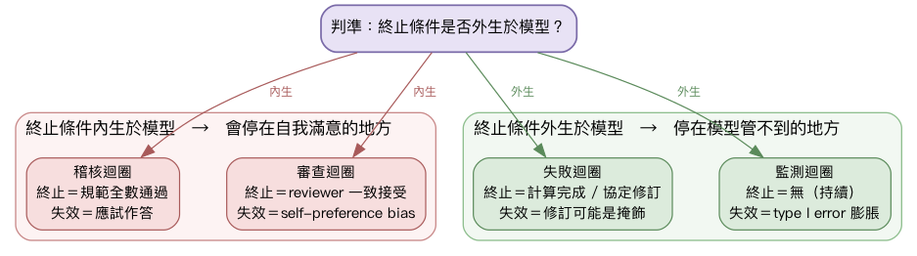
Above: figures/fig04-loops.png in htlin222/agent-in-ebm (Graphviz), before the change. Its source is kept beside it as figures/fig04-loops.dot.
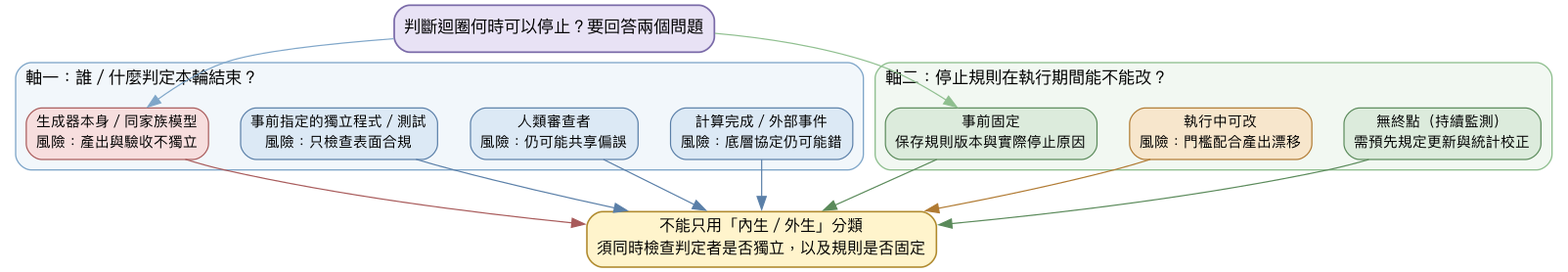
Later version of the same file.

What changed in the source:
```diff
@@ -5,42 +5,55 @@
   fontname="PingFang TC";
   node [fontname="PingFang TC", fontsize=11, shape=box, style="rounded,filled", penwidth=0.9];
   edge [fontname="PingFang TC", fontsize=9, penwidth=0.9];
-  graph [fontname="PingFang TC", fontsize=12, nodesep=0.5, ranksep=0.7];
+  graph [fontname="PingFang TC", fontsize=12, nodesep=0.35, ranksep=0.55];
 
-  subgraph cluster_endo {
-    label="終止條件內生於模型　→　會停在自我滿意的地方";
+  question [label="判斷迴圈何時可以停止？要回答兩個問題",
+            fillcolor="#e8e2f5", color="#7a6aa8", penwidth=1.3, fontsize=13];
+
+  subgraph cluster_judge {
+    label="軸一：誰／什麼判定本輪結束？";
     labeljust=l;
     fontsize=13;
-    color="#c98a8a";
+    color="#7fa6c9";
     style="rounded";
-    bgcolor="#fdf3f3";
+    bgcolor="#f2f7fb";
 
-    audit [label="稽核迴圈\n終止＝規範全數通過\n失效＝應試作答",
-           fillcolor="#f7dede", color="#a85a5a"];
-    review [label="審查迴圈\n終止＝reviewer 一致接受\n失效＝self-preference bias",
-            fillcolor="#f7dede", color="#a85a5a"];
+    self [label="生成器本身／同家族模型\n風險：產出與驗收不獨立",
+          fillcolor="#f7dede", color="#a85a5a"];
+    test [label="事前指定的獨立程式／測試\n風險：只檢查表面合規",
+          fillcolor="#dce9f5", color="#5a7fa8"];
+    human [label="人類審查者\n風險：仍可能共享偏誤",
+           fillcolor="#dce9f5", color="#5a7fa8"];
+    event [label="計算完成／外部事件\n風險：底層協定仍可能錯",
+           fillcolor="#dce9f5", color="#5a7fa8"];
   }
 
-  subgraph cluster_exo {
-    label="終止條件外生於模型　→　停在模型管不到的地方";
+  subgraph cluster_rule {
+    label="軸二：停止規則在執行期間能不能改？";
     labeljust=l;
     fontsize=13;
     color="#8fbf8f";
     style="rounded";
     bgcolor="#f2f8f2";
 
-    fail [label="失敗迴圈\n終止＝計算完成 / 協定修訂\n失效＝修訂可能是掩飾",
-          fillcolor="#dcebdc", color="#5a8a5a"];
-    monitor [label="監測迴圈\n終止＝無（持續）\n失效＝type I error 膨脹",
+    fixed [label="事前固定\n保存規則版本與實際停止原因",
+           fillcolor="#dcebdc", color="#5a8a5a"];
+    mutable [label="執行中可改\n風險：門檻配合產出漂移",
+             fillcolor="#f7e6cc", color="#b07a32"];
+    ongoing [label="無終點（持續監測）\n需預先規定更新與統計校正",
              fillcolor="#dcebdc", color="#5a8a5a"];
   }
 
-  crit [label="判準：終止條件是否外生於模型？",
-        shape=box, style="rounded,filled", fillcolor="#e8e2f5",
-        color="#7a6aa8", penwidth=1.3, fontsize=12];
+  synthesis [label="不能只用「內生／外生」分類\n須同時檢查判定者是否獨立，以及規則是否固定",
+             fillcolor="#fff4cc", color="#b08a2e", penwidth=1.2, fontsize=12];
 
-  crit -> audit [label="  內生  ", fontcolor="#a85a5a", color="#a85a5a"];
-  crit -> review [label="  內生  ", fontcolor="#a85a5a", color="#a85a5a"];
-  crit -> fail [label="  外生  ", fontcolor="#5a8a5a", color="#5a8a5a"];
-  crit -> monitor [label="  外生  ", fontcolor="#5a8a5a", color="#5a8a5a"];
+  question -> self [color="#7fa6c9"];
+  question -> fixed [color="#8fbf8f"];
+  self -> synthesis [color="#a85a5a"];
+  test -> synthesis [color="#5a7fa8"];
+  human -> synthesis [color="#5a7fa8"];
+  event -> synthesis [color="#5a7fa8"];
+  fixed -> synthesis [color="#5a8a5a"];
+  mutable -> synthesis [color="#b07a32"];
+  ongoing -> synthesis [color="#5a8a5a"];
 }
```
